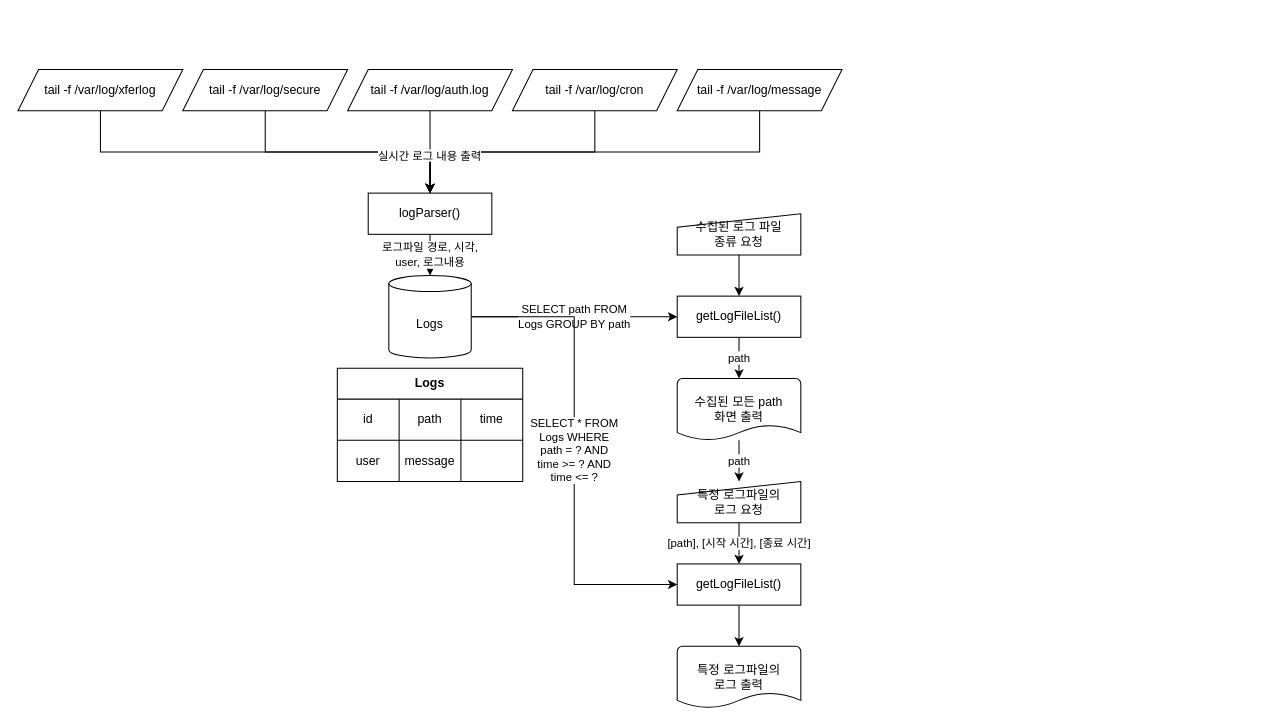
Above: 김종민_실시간 대응/DFD_Logs.drawio in GoldBigDragon/BoB9_Homework (draw.io), before the change. Source tidied: cells renumbered, new cells numbered last; positions are measured from the earlier drawing's top-left corner, leaving out a move shared by most shapes. Both pictures are drawn from the tidied source at 103%, with x=0, y=0 at pixel (18, 69).
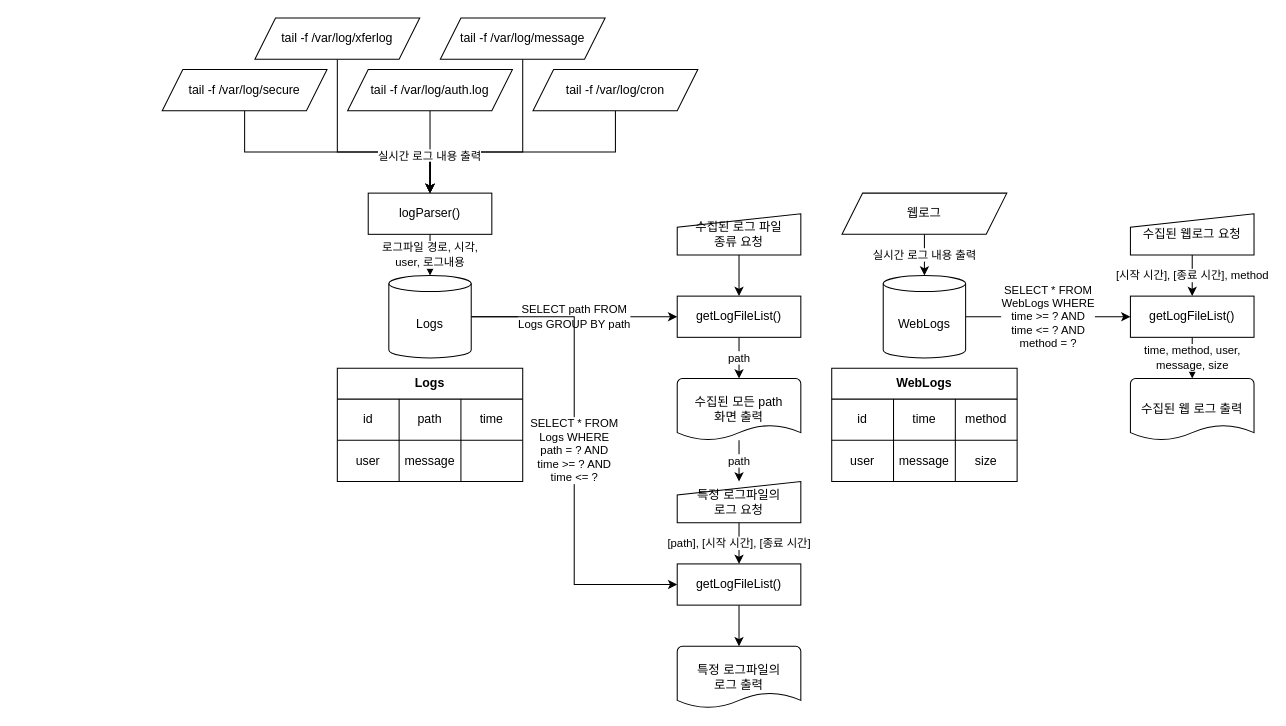
The same diagram, later.

The change refers to these unchanged cells:
```xml
<mxCell id="13" value="logParser()" style="rounded=0;whiteSpace=wrap;html=1;" parent="1" vertex="1">
  <mxGeometry x="340" y="120" width="120" height="40" as="geometry" />
</mxCell>
```

Change to the diagram source:
```diff
@@
     <mxCell id="5" value="tail -f /var/log/cron" style="shape=parallelogram;perimeter=parallelogramPerimeter;whiteSpace=wrap;html=1;fixedSize=1;" parent="1" vertex="1">
-      <mxGeometry x="480" width="160" height="40" as="geometry" />
+      <mxGeometry x="500" width="160" height="40" as="geometry" />
     </mxCell>
@@
     <mxCell id="7" value="tail -f /var/log/secure" style="shape=parallelogram;perimeter=parallelogramPerimeter;whiteSpace=wrap;html=1;fixedSize=1;" parent="1" vertex="1">
-      <mxGeometry x="160" width="160" height="40" as="geometry" />
+      <mxGeometry x="140" width="160" height="40" as="geometry" />
     </mxCell>
     <mxCell id="8" style="edgeStyle=orthogonalEdgeStyle;rounded=0;jettySize=auto;html=1;exitX=0.5;exitY=1;exitDx=0;exitDy=0;" parent="1" edge="1" source="9">
       <mxGeometry relative="1" as="geometry">
         <mxPoint x="400" y="120" as="targetPoint" />
+        <Array as="points">
+          <mxPoint x="310" y="80" />
+          <mxPoint x="400" y="80" />
+        </Array>
       </mxGeometry>
     </mxCell>
     <mxCell id="9" value="tail -f /var/log/xferlog" style="shape=parallelogram;perimeter=parallelogramPerimeter;whiteSpace=wrap;html=1;fixedSize=1;" parent="1" vertex="1">
-      <mxGeometry width="160" height="40" as="geometry" />
+      <mxGeometry x="230" y="-50" width="160" height="40" as="geometry" />
     </mxCell>
     <mxCell id="10" style="edgeStyle=orthogonalEdgeStyle;rounded=0;jettySize=auto;html=1;exitX=0.5;exitY=1;exitDx=0;exitDy=0;entryX=0.5;entryY=0;entryDx=0;entryDy=0;" parent="1" edge="1" source="11" target="13">
-      <mxGeometry relative="1" as="geometry" />
+      <mxGeometry relative="1" as="geometry">
+        <Array as="points">
+          <mxPoint x="490" y="80" />
+          <mxPoint x="400" y="80" />
+        </Array>
+      </mxGeometry>
     </mxCell>
     <mxCell id="11" value="tail -f /var/log/message" style="shape=parallelogram;perimeter=parallelogramPerimeter;whiteSpace=wrap;html=1;fixedSize=1;" parent="1" vertex="1">
-      <mxGeometry x="640" width="160" height="40" as="geometry" />
+      <mxGeometry x="410" y="-50" width="160" height="40" as="geometry" />
     </mxCell>
@@
+    <mxCell id="38" value="실시간 로그 내용 출력" style="edgeStyle=orthogonalEdgeStyle;rounded=0;jettySize=auto;html=1;exitX=0.5;exitY=1;exitDx=0;exitDy=0;entryX=0.5;entryY=0;entryDx=0;entryDy=0;entryPerimeter=0;" parent="1" edge="1" source="39" target="41">
+      <mxGeometry relative="1" as="geometry" />
+    </mxCell>
+    <mxCell id="39" value="웹로그" style="shape=parallelogram;perimeter=parallelogramPerimeter;whiteSpace=wrap;html=1;fixedSize=1;" parent="1" vertex="1">
+      <mxGeometry x="800" y="120" width="160" height="40" as="geometry" />
+    </mxCell>
+    <mxCell id="40" value="SELECT * FROM&lt;br&gt;WebLogs WHERE&lt;br&gt;time &amp;gt;= ? AND&lt;br&gt;time &amp;lt;= ? AND&lt;br&gt;method = ?" style="edgeStyle=orthogonalEdgeStyle;rounded=0;jettySize=auto;html=1;exitX=1;exitY=0.5;exitDx=0;exitDy=0;exitPerimeter=0;entryX=0;entryY=0.5;entryDx=0;entryDy=0;" parent="1" edge="1" source="41" target="54">
+      <mxGeometry relative="1" as="geometry" />
+    </mxCell>
+    <mxCell id="41" value="WebLogs" style="shape=cylinder3;whiteSpace=wrap;html=1;boundedLbl=1;backgroundOutline=1;size=7.800018310546875;" parent="1" vertex="1">
+      <mxGeometry x="840" y="200" width="80" height="80" as="geometry" />
+    </mxCell>
+    <mxCell id="42" value="WebLogs" style="shape=table;html=1;whiteSpace=wrap;startSize=30;childLayout=tableLayout;fontStyle=1;align=center;" parent="1" vertex="1">
+      <mxGeometry x="790" y="290" width="180" height="110" as="geometry" />
+    </mxCell>
+    <mxCell id="43" style="shape=partialRectangle;html=1;whiteSpace=wrap;fillColor=none;top=0;left=0;bottom=0;right=0;" parent="42" vertex="1">
+      <mxGeometry y="30" width="180" height="40" as="geometry" />
+    </mxCell>
+    <mxCell id="44" value="id" style="shape=partialRectangle;html=1;whiteSpace=wrap;fillColor=none;top=0;left=0;bottom=0;right=0;overflow=hidden;" parent="43" vertex="1">
+      <mxGeometry width="60" height="40" as="geometry" />
+    </mxCell>
+    <mxCell id="45" value="&lt;span&gt;time&lt;/span&gt;" style="shape=partialRectangle;html=1;whiteSpace=wrap;fillColor=none;top=0;left=0;bottom=0;right=0;overflow=hidden;" parent="43" vertex="1">
+      <mxGeometry x="60" width="60" height="40" as="geometry" />
+    </mxCell>
+    <mxCell id="46" value="method" style="shape=partialRectangle;html=1;whiteSpace=wrap;fillColor=none;top=0;left=0;bottom=0;right=0;overflow=hidden;" parent="43" vertex="1">
+      <mxGeometry x="120" width="60" height="40" as="geometry" />
+    </mxCell>
+    <mxCell id="47" style="shape=partialRectangle;html=1;whiteSpace=wrap;fillColor=none;top=0;left=0;bottom=0;right=0;" parent="42" vertex="1">
+      <mxGeometry y="70" width="180" height="40" as="geometry" />
+    </mxCell>
+    <mxCell id="48" value="user" style="shape=partialRectangle;html=1;whiteSpace=wrap;fillColor=none;top=0;left=0;bottom=0;right=0;overflow=hidden;" parent="47" vertex="1">
+      <mxGeometry width="60" height="40" as="geometry" />
+    </mxCell>
+    <mxCell id="49" value="message" style="shape=partialRectangle;html=1;whiteSpace=wrap;fillColor=none;top=0;left=0;bottom=0;right=0;overflow=hidden;" parent="47" vertex="1">
+      <mxGeometry x="60" width="60" height="40" as="geometry" />
+    </mxCell>
+    <mxCell id="50" value="size" style="shape=partialRectangle;html=1;whiteSpace=wrap;fillColor=none;top=0;left=0;bottom=0;right=0;overflow=hidden;" parent="47" vertex="1">
+      <mxGeometry x="120" width="60" height="40" as="geometry" />
+    </mxCell>
+    <mxCell id="51" value="[시작 시간], [종료 시간], method" style="edgeStyle=orthogonalEdgeStyle;rounded=0;jettySize=auto;html=1;exitX=0.5;exitY=1;exitDx=0;exitDy=0;entryX=0.5;entryY=0;entryDx=0;entryDy=0;" parent="1" edge="1" source="52" target="54">
+      <mxGeometry relative="1" as="geometry" />
+    </mxCell>
+    <mxCell id="52" value="수집된 웹로그 요청" style="shape=manualInput;whiteSpace=wrap;html=1;align=center;size=13;" parent="1" vertex="1">
+      <mxGeometry x="1080" y="140" width="120" height="40" as="geometry" />
+    </mxCell>
+    <mxCell id="53" value="time, method, user,&lt;br&gt;message, size" style="edgeStyle=orthogonalEdgeStyle;rounded=0;jettySize=auto;html=1;exitX=0.5;exitY=1;exitDx=0;exitDy=0;" parent="1" edge="1" source="54" target="55">
+      <mxGeometry relative="1" as="geometry" />
+    </mxCell>
+    <mxCell id="54" value="getLogFileList()" style="rounded=0;whiteSpace=wrap;html=1;" parent="1" vertex="1">
+      <mxGeometry x="1080" y="220" width="120" height="40" as="geometry" />
+    </mxCell>
+    <mxCell id="55" value="수집된 웹 로그 출력" style="strokeWidth=1;html=1;shape=mxgraph.flowchart.document2;whiteSpace=wrap;size=0.25;align=center;" parent="1" vertex="1">
+      <mxGeometry x="1080" y="300" width="120" height="60" as="geometry" />
+    </mxCell>
```
